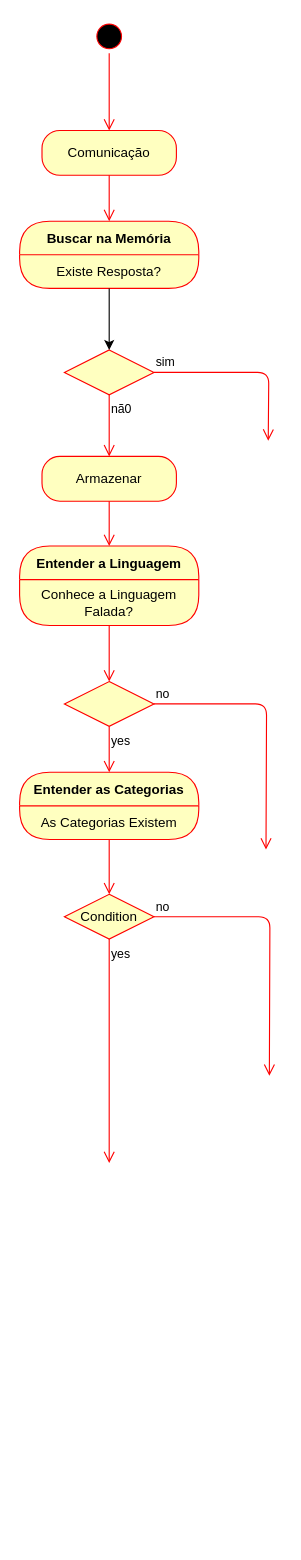
The draw.io diagram docs/diagrama_de_fluxo_aurora.drawio in marvinho-tn/aurora, before the edit. Source tidied: cells renumbered, new cells numbered last; positions are measured from the earlier drawing's top-left corner, leaving out a move shared by most shapes. Both pictures are drawn from the tidied source at 112%, with x=0, y=0 at pixel (19, 19).
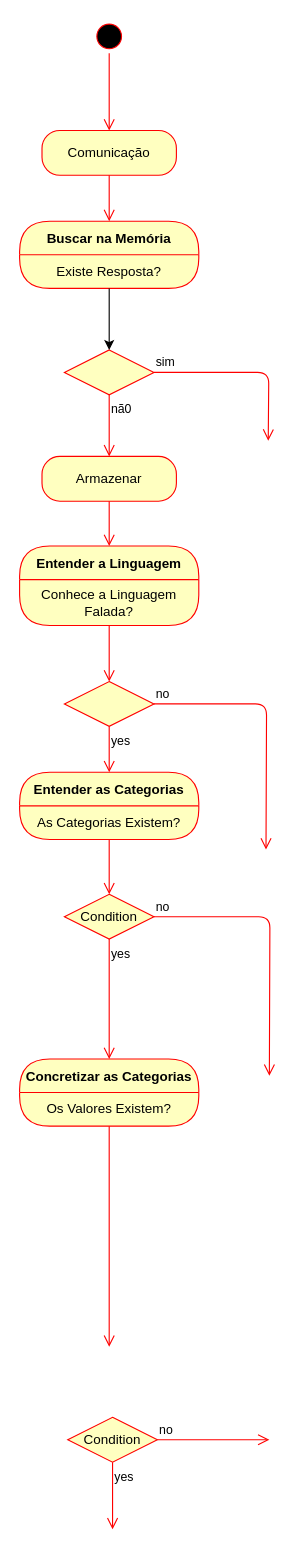
The same page after the edit.

The change refers to these unchanged cells:
```xml
<mxCell id="20" value="Entender as Categorias" style="swimlane;fontStyle=1;align=center;verticalAlign=middle;horizontal=1;startSize=30;fontColor=#000000;rounded=1;arcSize=30;strokeColor=#ff0000;fillColor=#ffffc0;swimlaneFillColor=#ffffc0;" parent="1" vertex="1">
  <mxGeometry y="672" width="160" height="60" as="geometry" />
</mxCell>
<mxCell id="23" value="Condition" style="rhombus;whiteSpace=wrap;html=1;fillColor=#ffffc0;strokeColor=#ff0000;" parent="1" vertex="1">
  <mxGeometry x="40" y="781" width="80" height="40" as="geometry" />
</mxCell>
```

Diff of the diagram source:
```diff
@@
-    <mxCell id="21" value="As Categorias Existem" style="text;html=1;strokeColor=none;fillColor=none;align=center;verticalAlign=middle;spacingLeft=4;spacingRight=4;whiteSpace=wrap;overflow=hidden;fontColor=#000000;" parent="20" vertex="1">
+    <mxCell id="21" value="As Categorias Existem?" style="text;html=1;strokeColor=none;fillColor=none;align=center;verticalAlign=middle;spacingLeft=4;spacingRight=4;whiteSpace=wrap;overflow=hidden;fontColor=#000000;" parent="20" vertex="1">
       <mxGeometry y="30" width="160" height="30" as="geometry" />
     </mxCell>
@@
-    <mxCell id="25" value="yes" style="edgeStyle=orthogonalEdgeStyle;html=1;align=left;verticalAlign=top;endArrow=open;endSize=8;strokeColor=#ff0000;" parent="1" edge="1" source="23">
-      <mxGeometry x="-1" relative="1" as="geometry">
-        <mxPoint x="80" y="1021" as="targetPoint" />
-      </mxGeometry>
+    <mxCell id="25" value="yes" style="edgeStyle=orthogonalEdgeStyle;html=1;align=left;verticalAlign=top;endArrow=open;endSize=8;strokeColor=#ff0000;entryX=0.5;entryY=0;entryDx=0;entryDy=0;" parent="1" edge="1" source="23" target="26">
+      <mxGeometry x="-1" relative="1" as="geometry" />
     </mxCell>
+    <mxCell id="26" value="Concretizar as Categorias" style="swimlane;fontStyle=1;align=center;verticalAlign=middle;horizontal=1;startSize=30;fontColor=#000000;rounded=1;arcSize=30;strokeColor=#ff0000;fillColor=#ffffc0;swimlaneFillColor=#ffffc0;" parent="1" vertex="1">
+      <mxGeometry y="928" width="160" height="60" as="geometry" />
+    </mxCell>
+    <mxCell id="27" value="Os Valores Existem?" style="text;html=1;strokeColor=none;fillColor=none;align=center;verticalAlign=middle;spacingLeft=4;spacingRight=4;whiteSpace=wrap;overflow=hidden;fontColor=#000000;" parent="26" vertex="1">
+      <mxGeometry y="30" width="160" height="30" as="geometry" />
+    </mxCell>
+    <mxCell id="28" style="edgeStyle=orthogonalEdgeStyle;html=1;verticalAlign=bottom;endArrow=open;endSize=8;strokeColor=#ff0000;" parent="1" edge="1" source="26">
+      <mxGeometry relative="1" as="geometry">
+        <mxPoint x="80" y="1185" as="targetPoint" />
+      </mxGeometry>
+    </mxCell>
+    <mxCell id="29" value="Condition" style="rhombus;whiteSpace=wrap;html=1;fillColor=#ffffc0;strokeColor=#ff0000;" parent="1" vertex="1">
+      <mxGeometry x="43" y="1248" width="80" height="40" as="geometry" />
+    </mxCell>
+    <mxCell id="30" value="no" style="edgeStyle=orthogonalEdgeStyle;html=1;align=left;verticalAlign=bottom;endArrow=open;endSize=8;strokeColor=#ff0000;" parent="1" edge="1" source="29">
+      <mxGeometry x="-1" relative="1" as="geometry">
+        <mxPoint x="223" y="1268" as="targetPoint" />
+      </mxGeometry>
+    </mxCell>
+    <mxCell id="31" value="yes" style="edgeStyle=orthogonalEdgeStyle;html=1;align=left;verticalAlign=top;endArrow=open;endSize=8;strokeColor=#ff0000;" parent="1" edge="1" source="29">
+      <mxGeometry x="-1" relative="1" as="geometry">
+        <mxPoint x="83" y="1348" as="targetPoint" />
+      </mxGeometry>
+    </mxCell>
```
